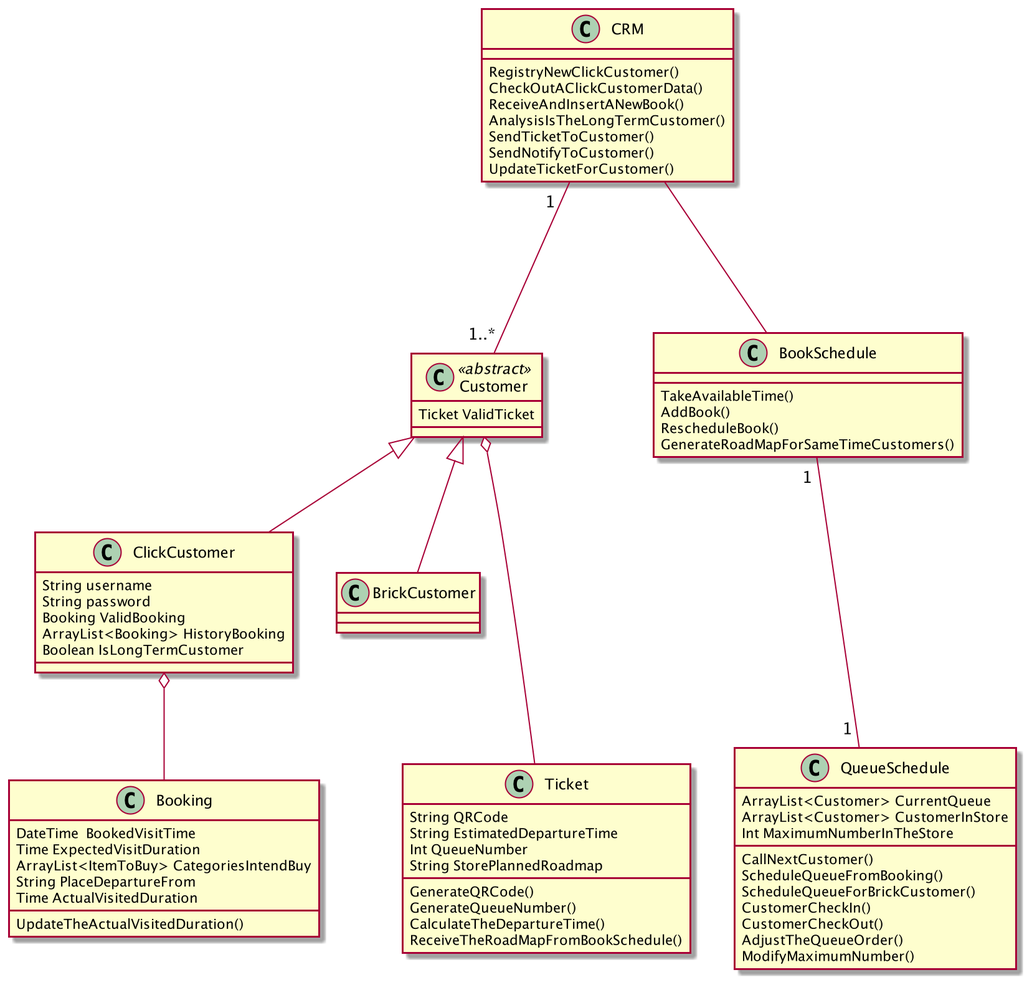
Above: RASD/Images/class_diagram.png in ZHANG-Y-D/RASD-DD-CLup-CustomersLineup (PlantUML), before the change.
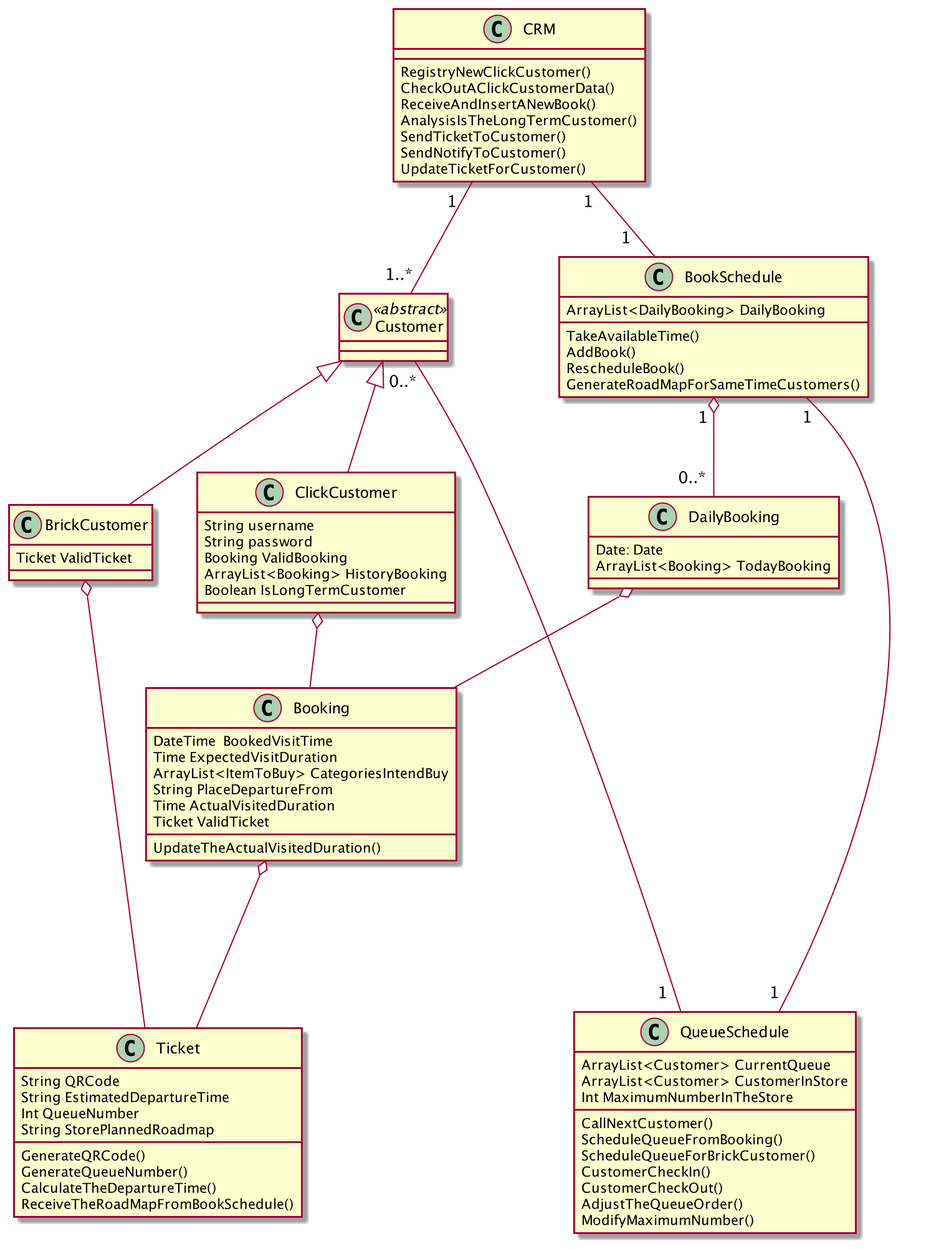
After the change.

Diff of the diagram source:
```diff
@@ -1,28 +1,30 @@
 @startuml
 class Customer <<abstract>>
 class Customer{
-Ticket ValidTicket
+
 }
 
 class ClickCustomer{
-String username
-String password
-Booking ValidBooking
-ArrayList<Booking> HistoryBooking
-Boolean IsLongTermCustomer
+    String username
+    String password
+    Booking ValidBooking
+    ArrayList<Booking> HistoryBooking
+    Boolean IsLongTermCustomer
 }
 
 class BrickCustomer{
-
+    Ticket ValidTicket
 }
 
 class Booking{
-DateTime  BookedVisitTime
-Time ExpectedVisitDuration
-ArrayList<ItemToBuy> CategoriesIntendBuy
-String PlaceDepartureFrom
-Time ActualVisitedDuration
-UpdateTheActualVisitedDuration()
+    DateTime  BookedVisitTime
+    Time ExpectedVisitDuration
+    ArrayList<ItemToBuy> CategoriesIntendBuy
+    String PlaceDepartureFrom
+    Time ActualVisitedDuration
+    Ticket ValidTicket
+
+    UpdateTheActualVisitedDuration()
 }
 
 class Ticket{
@@ -51,10 +53,20 @@
 }
 
 class BookSchedule{
+
+ArrayList<DailyBooking> DailyBooking
+
 TakeAvailableTime()
 AddBook()
 RescheduleBook()
 GenerateRoadMapForSameTimeCustomers()
+}
+
+class DailyBooking{
+    Date: Date
+    ArrayList<Booking> TodayBooking
+
+
 }
 
 class CRM{
@@ -70,9 +82,13 @@
 ClickCustomer o-- Booking
 Customer <|-- ClickCustomer
 Customer <|-- BrickCustomer
-CRM --- BookSchedule
+CRM "1 " -- "1   " BookSchedule
 BookSchedule "1 " --- "1 " QueueSchedule
-CRM "1  " --- "1..*" Customer
-Customer o--- Ticket
+CRM "1  " -- "1..*" Customer
+BrickCustomer o---- Ticket
+Booking o--- Ticket
+BookSchedule "1 " o-- "0..* " DailyBooking
+DailyBooking o-- Booking
+Customer "0..*" ----- "1  " QueueSchedule
 
 @enduml
```
